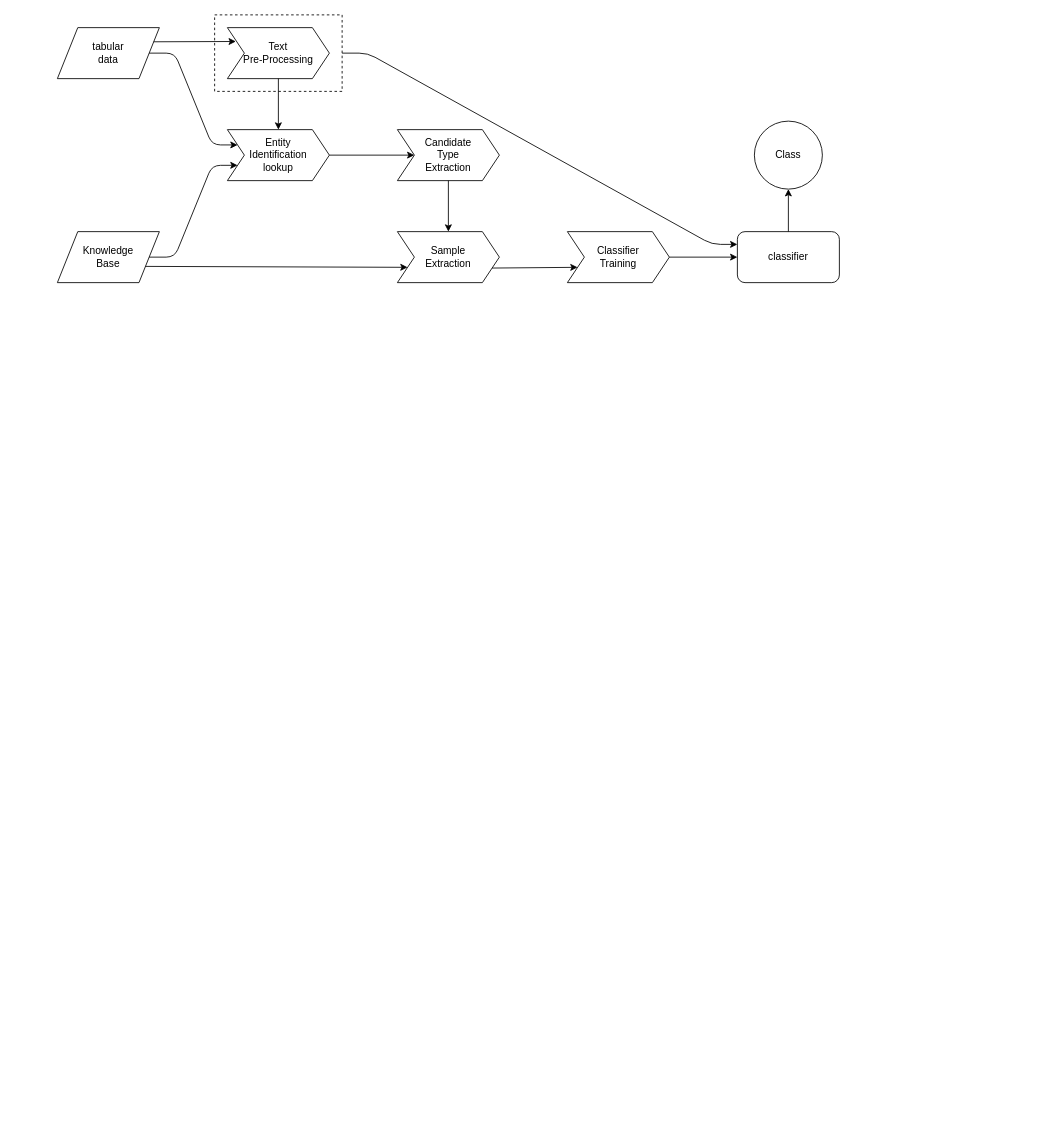
Above: page "Page-2" (2 of 3) of report/Report.drawio in zdetor54/nov-city-ms-project (draw.io), before the change. Source tidied: cells renumbered, new cells numbered last; positions are measured from the earlier drawing's top-left corner, leaving out a move shared by most shapes. Both pictures are drawn from the tidied source at 85%, with x=0, y=0 at pixel (57, 14).
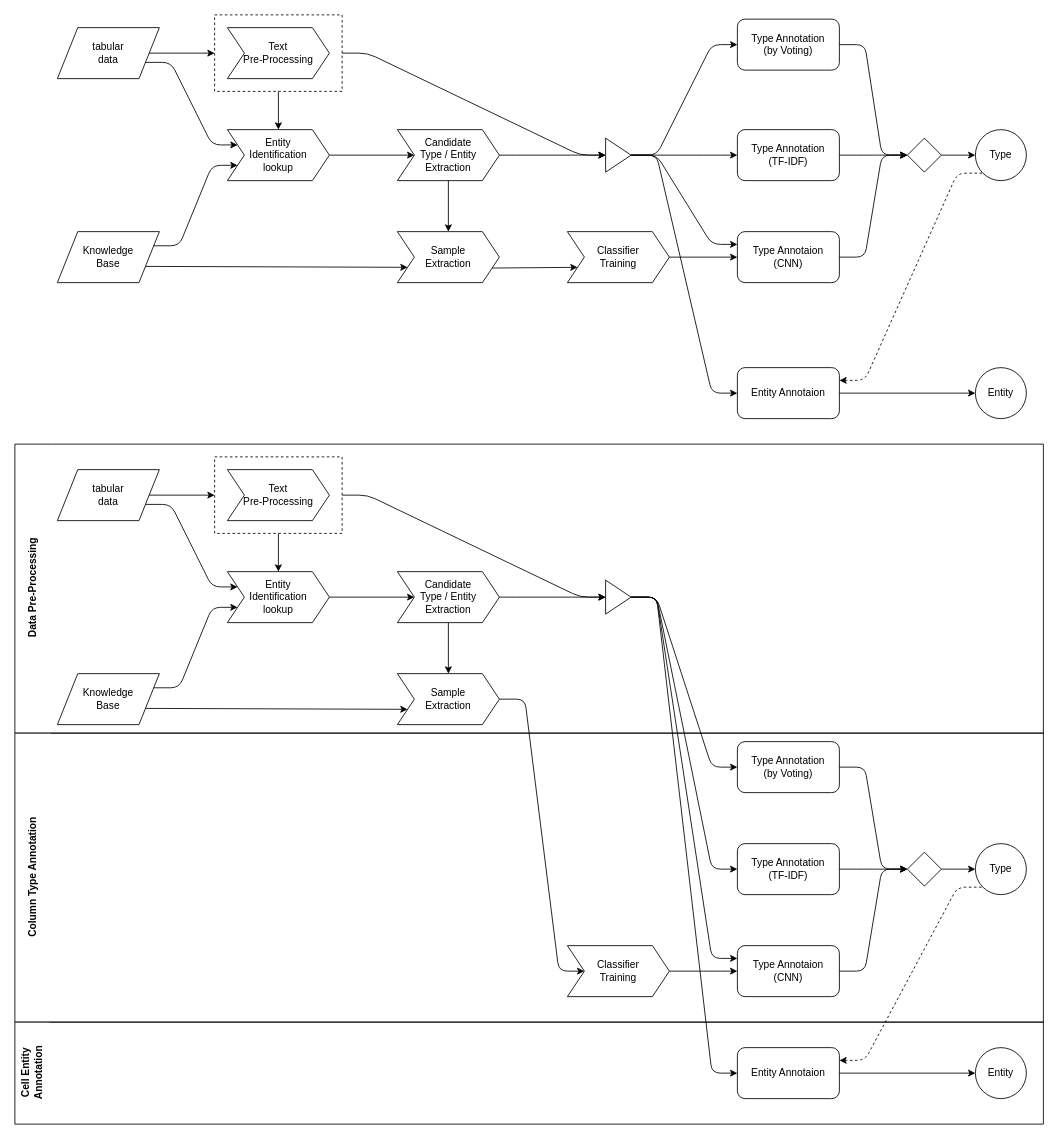
The same page after the edit.

Unchanged cells that the change refers to:
```xml
<mxCell id="2" value="Knowledge&lt;br&gt;Base" style="shape=parallelogram;perimeter=parallelogramPerimeter;whiteSpace=wrap;html=1;" parent="1" vertex="1">
  <mxGeometry y="255" width="120" height="60" as="geometry" />
</mxCell>
<mxCell id="3" value="tabular&lt;br&gt;data" style="shape=parallelogram;perimeter=parallelogramPerimeter;whiteSpace=wrap;html=1;" parent="1" vertex="1">
  <mxGeometry y="15" width="120" height="60" as="geometry" />
</mxCell>
<mxCell id="4" value="Text &lt;br&gt;Pre-Processing" style="shape=step;perimeter=stepPerimeter;whiteSpace=wrap;html=1;fixedSize=1;" parent="1" vertex="1">
  <mxGeometry x="200" y="15" width="120" height="60" as="geometry" />
</mxCell>
<mxCell id="6" value="Entity&lt;br&gt;Identification&lt;br&gt;lookup" style="shape=step;perimeter=stepPerimeter;whiteSpace=wrap;html=1;fixedSize=1;" parent="1" vertex="1">
  <mxGeometry x="200" y="135" width="120" height="60" as="geometry" />
</mxCell>
<mxCell id="12" style="rounded=0;whiteSpace=wrap;html=1;fillColor=none;dashed=1;" parent="1" vertex="1">
  <mxGeometry x="185" width="150" height="90" as="geometry" />
</mxCell>
```

Diff of the diagram source:
```diff
@@
+    <mxCell id="23" style="rounded=0;whiteSpace=wrap;html=1;fillColor=none;dashed=1;" parent="1" vertex="1">
+      <mxGeometry x="185" y="520" width="150" height="90" as="geometry" />
+    </mxCell>
@@
-    <mxCell id="5" value="Candidate&lt;br&gt;Type&lt;br&gt;Extraction" style="shape=step;perimeter=stepPerimeter;whiteSpace=wrap;html=1;fixedSize=1;" parent="1" vertex="1">
+    <mxCell id="5" value="Candidate&lt;br&gt;Type / Entity&lt;br&gt;Extraction" style="shape=step;perimeter=stepPerimeter;whiteSpace=wrap;html=1;fixedSize=1;" parent="1" vertex="1">
       <mxGeometry x="400" y="135" width="120" height="60" as="geometry" />
     </mxCell>
@@
-    <mxCell id="7" style="endArrow=classic;html=1;exitX=1;exitY=0.25;exitDx=0;exitDy=0;entryX=0.083;entryY=0.272;entryDx=0;entryDy=0;entryPerimeter=0;" parent="1" edge="1" source="3" target="4">
+    <mxCell id="7" style="endArrow=classic;html=1;exitX=1;exitY=0.5;exitDx=0;exitDy=0;entryX=0;entryY=0.5;entryDx=0;entryDy=0;" parent="1" edge="1" source="3" target="12">
       <mxGeometry relative="1" as="geometry" />
     </mxCell>
-    <mxCell id="8" style="endArrow=classic;html=1;entryX=0.5;entryY=0;entryDx=0;entryDy=0;exitX=0.5;exitY=1;exitDx=0;exitDy=0;" parent="1" edge="1" source="4" target="6">
+    <mxCell id="8" style="endArrow=classic;html=1;entryX=0.5;entryY=0;entryDx=0;entryDy=0;exitX=0.5;exitY=1;exitDx=0;exitDy=0;" parent="1" edge="1" source="12" target="6">
       <mxGeometry relative="1" as="geometry" />
     </mxCell>
-    <mxCell id="9" style="endArrow=classic;html=1;entryX=0;entryY=0.25;entryDx=0;entryDy=0;exitX=1;exitY=0.5;exitDx=0;exitDy=0;edgeStyle=entityRelationEdgeStyle;" parent="1" edge="1" source="3" target="6">
+    <mxCell id="9" style="endArrow=classic;html=1;entryX=0;entryY=0.25;entryDx=0;entryDy=0;exitX=1;exitY=0.75;exitDx=0;exitDy=0;edgeStyle=entityRelationEdgeStyle;" parent="1" edge="1" source="3" target="6">
       <mxGeometry relative="1" as="geometry" />
     </mxCell>
@@
-    <mxCell id="11" style="endArrow=classic;html=1;entryX=0;entryY=0.75;entryDx=0;entryDy=0;exitX=1;exitY=0.5;exitDx=0;exitDy=0;edgeStyle=entityRelationEdgeStyle;" parent="1" edge="1" source="2" target="6">
+    <mxCell id="11" style="endArrow=classic;html=1;entryX=0;entryY=0.75;entryDx=0;entryDy=0;exitX=1;exitY=0.25;exitDx=0;exitDy=0;edgeStyle=entityRelationEdgeStyle;" parent="1" edge="1" source="2" target="6">
       <mxGeometry relative="1" as="geometry" />
     </mxCell>
@@
-    <mxCell id="13" value="classifier" style="rounded=1;whiteSpace=wrap;html=1;" parent="1" vertex="1">
+    <mxCell id="13" value="Type Annotaion&lt;br&gt;(CNN)" style="rounded=1;whiteSpace=wrap;html=1;" parent="1" vertex="1">
       <mxGeometry x="800" y="255" width="120" height="60" as="geometry" />
     </mxCell>
@@
-    <mxCell id="19" style="endArrow=classic;html=1;exitX=1;exitY=0.5;exitDx=0;exitDy=0;entryX=0;entryY=0.25;entryDx=0;entryDy=0;edgeStyle=entityRelationEdgeStyle;" parent="1" edge="1" source="12" target="13">
-      <mxGeometry relative="1" as="geometry" />
-    </mxCell>
@@
-    <mxCell id="21" value="Class" style="ellipse;whiteSpace=wrap;html=1;fillColor=none;" parent="1" vertex="1">
-      <mxGeometry x="820" y="125" width="80" height="80" as="geometry" />
+    <mxCell id="21" value="Type" style="ellipse;whiteSpace=wrap;html=1;fillColor=none;" parent="1" vertex="1">
+      <mxGeometry x="1080" y="135" width="60" height="60" as="geometry" />
     </mxCell>
-    <mxCell id="22" style="endArrow=classic;html=1;entryX=0.5;entryY=1;entryDx=0;entryDy=0;" parent="1" edge="1" target="21">
-      <mxGeometry relative="1" as="geometry">
-        <mxPoint x="860" y="255" as="sourcePoint" />
-      </mxGeometry>
-    </mxCell>
+    <mxCell id="24" value="Type Annotation&lt;br&gt;(by Voting)" style="rounded=1;whiteSpace=wrap;html=1;" parent="1" vertex="1">
+      <mxGeometry x="800" y="5" width="120" height="60" as="geometry" />
+    </mxCell>
+    <mxCell id="25" value="Type Annotation&lt;br&gt;(TF-IDF)" style="rounded=1;whiteSpace=wrap;html=1;" parent="1" vertex="1">
+      <mxGeometry x="800" y="135" width="120" height="60" as="geometry" />
+    </mxCell>
+    <mxCell id="26" style="rhombus;whiteSpace=wrap;html=1;" parent="1" vertex="1">
+      <mxGeometry x="1000" y="145" width="40" height="40" as="geometry" />
+    </mxCell>
+    <mxCell id="27" style="endArrow=classic;html=1;entryX=0;entryY=0.5;entryDx=0;entryDy=0;exitX=1;exitY=0.5;exitDx=0;exitDy=0;" parent="1" edge="1" source="26" target="21">
+      <mxGeometry relative="1" as="geometry" />
+    </mxCell>
+    <mxCell id="28" style="endArrow=classic;html=1;exitX=1;exitY=0.5;exitDx=0;exitDy=0;entryX=0;entryY=0.5;entryDx=0;entryDy=0;edgeStyle=entityRelationEdgeStyle;" parent="1" edge="1" source="24" target="26">
+      <mxGeometry relative="1" as="geometry" />
+    </mxCell>
+    <mxCell id="29" style="endArrow=classic;html=1;exitX=1;exitY=0.5;exitDx=0;exitDy=0;edgeStyle=entityRelationEdgeStyle;" parent="1" edge="1" source="25">
+      <mxGeometry relative="1" as="geometry">
+        <mxPoint x="1000" y="165" as="targetPoint" />
+      </mxGeometry>
+    </mxCell>
+    <mxCell id="30" style="endArrow=classic;html=1;edgeStyle=entityRelationEdgeStyle;" parent="1" edge="1" source="13">
+      <mxGeometry relative="1" as="geometry">
+        <mxPoint x="1000" y="165" as="targetPoint" />
+      </mxGeometry>
+    </mxCell>
+    <mxCell id="31" style="triangle;whiteSpace=wrap;html=1;" parent="1" vertex="1">
+      <mxGeometry x="645" y="145" width="30" height="40" as="geometry" />
+    </mxCell>
+    <mxCell id="32" style="endArrow=classic;html=1;exitX=1;exitY=0.5;exitDx=0;exitDy=0;entryX=0;entryY=0.5;entryDx=0;entryDy=0;edgeStyle=entityRelationEdgeStyle;" parent="1" edge="1" source="12" target="31">
+      <mxGeometry relative="1" as="geometry" />
+    </mxCell>
+    <mxCell id="33" style="endArrow=classic;html=1;exitX=1;exitY=0.5;exitDx=0;exitDy=0;entryX=0;entryY=0.5;entryDx=0;entryDy=0;edgeStyle=entityRelationEdgeStyle;" parent="1" edge="1" source="5" target="31">
+      <mxGeometry relative="1" as="geometry" />
+    </mxCell>
+    <mxCell id="34" style="endArrow=classic;html=1;exitX=1;exitY=0.5;exitDx=0;exitDy=0;entryX=0;entryY=0.5;entryDx=0;entryDy=0;edgeStyle=entityRelationEdgeStyle;" parent="1" edge="1" source="31" target="24">
+      <mxGeometry relative="1" as="geometry" />
+    </mxCell>
+    <mxCell id="35" style="endArrow=classic;html=1;exitX=1;exitY=0.5;exitDx=0;exitDy=0;entryX=0;entryY=0.5;entryDx=0;entryDy=0;edgeStyle=entityRelationEdgeStyle;" parent="1" edge="1" source="31" target="25">
+      <mxGeometry relative="1" as="geometry" />
+    </mxCell>
+    <mxCell id="36" style="endArrow=classic;html=1;exitX=1;exitY=0.5;exitDx=0;exitDy=0;entryX=0;entryY=0.25;entryDx=0;entryDy=0;edgeStyle=entityRelationEdgeStyle;" parent="1" edge="1" source="31" target="13">
+      <mxGeometry relative="1" as="geometry" />
+    </mxCell>
+    <mxCell id="37" value="Entity Annotaion" style="rounded=1;whiteSpace=wrap;html=1;" parent="1" vertex="1">
+      <mxGeometry x="800" y="415" width="120" height="60" as="geometry" />
+    </mxCell>
+    <mxCell id="38" style="endArrow=classic;html=1;exitX=1;exitY=0.5;exitDx=0;exitDy=0;entryX=0;entryY=0.5;entryDx=0;entryDy=0;edgeStyle=entityRelationEdgeStyle;" parent="1" edge="1" source="31" target="37">
+      <mxGeometry relative="1" as="geometry" />
+    </mxCell>
+    <mxCell id="39" style="endArrow=none;html=1;edgeStyle=entityRelationEdgeStyle;exitX=1;exitY=0.25;exitDx=0;exitDy=0;entryX=0;entryY=1;entryDx=0;entryDy=0;startArrow=classic;startFill=1;endFill=0;dashed=1;" parent="1" edge="1" source="37" target="21">
+      <mxGeometry relative="1" as="geometry" />
+    </mxCell>
+    <mxCell id="40" value="Entity" style="ellipse;whiteSpace=wrap;html=1;fillColor=none;" parent="1" vertex="1">
+      <mxGeometry x="1080" y="415" width="60" height="60" as="geometry" />
+    </mxCell>
+    <mxCell id="41" style="endArrow=classic;html=1;entryX=0;entryY=0.5;entryDx=0;entryDy=0;exitX=1;exitY=0.5;exitDx=0;exitDy=0;" parent="1" edge="1" source="37" target="40">
+      <mxGeometry relative="1" as="geometry" />
+    </mxCell>
+    <mxCell id="42" value="Knowledge&lt;br&gt;Base" style="shape=parallelogram;perimeter=parallelogramPerimeter;whiteSpace=wrap;html=1;" parent="1" vertex="1">
+      <mxGeometry y="775" width="120" height="60" as="geometry" />
+    </mxCell>
+    <mxCell id="43" value="tabular&lt;br&gt;data" style="shape=parallelogram;perimeter=parallelogramPerimeter;whiteSpace=wrap;html=1;" parent="1" vertex="1">
+      <mxGeometry y="535" width="120" height="60" as="geometry" />
+    </mxCell>
+    <mxCell id="44" value="Text &lt;br&gt;Pre-Processing" style="shape=step;perimeter=stepPerimeter;whiteSpace=wrap;html=1;fixedSize=1;" parent="1" vertex="1">
+      <mxGeometry x="200" y="535" width="120" height="60" as="geometry" />
+    </mxCell>
+    <mxCell id="45" value="Candidate&lt;br&gt;Type / Entity&lt;br&gt;Extraction" style="shape=step;perimeter=stepPerimeter;whiteSpace=wrap;html=1;fixedSize=1;" parent="1" vertex="1">
+      <mxGeometry x="400" y="655" width="120" height="60" as="geometry" />
+    </mxCell>
+    <mxCell id="46" value="Entity&lt;br&gt;Identification&lt;br&gt;lookup" style="shape=step;perimeter=stepPerimeter;whiteSpace=wrap;html=1;fixedSize=1;" parent="1" vertex="1">
+      <mxGeometry x="200" y="655" width="120" height="60" as="geometry" />
+    </mxCell>
+    <mxCell id="47" style="endArrow=classic;html=1;exitX=1;exitY=0.5;exitDx=0;exitDy=0;entryX=0;entryY=0.5;entryDx=0;entryDy=0;" parent="1" edge="1" source="43" target="23">
+      <mxGeometry relative="1" as="geometry" />
+    </mxCell>
+    <mxCell id="48" style="endArrow=classic;html=1;entryX=0.5;entryY=0;entryDx=0;entryDy=0;exitX=0.5;exitY=1;exitDx=0;exitDy=0;" parent="1" edge="1" source="23" target="46">
+      <mxGeometry relative="1" as="geometry" />
+    </mxCell>
+    <mxCell id="49" style="endArrow=classic;html=1;entryX=0;entryY=0.25;entryDx=0;entryDy=0;exitX=1;exitY=0.75;exitDx=0;exitDy=0;edgeStyle=entityRelationEdgeStyle;" parent="1" edge="1" source="43" target="46">
+      <mxGeometry relative="1" as="geometry" />
+    </mxCell>
+    <mxCell id="50" style="endArrow=classic;html=1;entryX=0;entryY=0.5;entryDx=0;entryDy=0;exitX=1;exitY=0.5;exitDx=0;exitDy=0;" parent="1" edge="1" source="46" target="45">
+      <mxGeometry relative="1" as="geometry" />
+    </mxCell>
+    <mxCell id="51" style="endArrow=classic;html=1;entryX=0;entryY=0.75;entryDx=0;entryDy=0;exitX=1;exitY=0.25;exitDx=0;exitDy=0;edgeStyle=entityRelationEdgeStyle;" parent="1" edge="1" source="42" target="46">
+      <mxGeometry relative="1" as="geometry" />
+    </mxCell>
+    <mxCell id="52" value="Sample &lt;br&gt;Extraction" style="shape=step;perimeter=stepPerimeter;whiteSpace=wrap;html=1;fixedSize=1;fillColor=none;" parent="1" vertex="1">
+      <mxGeometry x="400" y="775" width="120" height="60" as="geometry" />
+    </mxCell>
+    <mxCell id="53" style="endArrow=classic;html=1;entryX=0;entryY=0.75;entryDx=0;entryDy=0;exitX=1;exitY=0.75;exitDx=0;exitDy=0;" parent="1" edge="1" source="42" target="52">
+      <mxGeometry relative="1" as="geometry" />
+    </mxCell>
+    <mxCell id="54" style="endArrow=classic;html=1;entryX=0.5;entryY=0;entryDx=0;entryDy=0;exitX=0.5;exitY=1;exitDx=0;exitDy=0;" parent="1" edge="1" source="45" target="52">
+      <mxGeometry relative="1" as="geometry" />
+    </mxCell>
+    <mxCell id="55" style="triangle;whiteSpace=wrap;html=1;" parent="1" vertex="1">
+      <mxGeometry x="645" y="665" width="30" height="40" as="geometry" />
+    </mxCell>
+    <mxCell id="56" style="endArrow=classic;html=1;exitX=1;exitY=0.5;exitDx=0;exitDy=0;entryX=0;entryY=0.5;entryDx=0;entryDy=0;edgeStyle=entityRelationEdgeStyle;" parent="1" edge="1" source="23" target="55">
+      <mxGeometry relative="1" as="geometry" />
+    </mxCell>
+    <mxCell id="57" style="endArrow=classic;html=1;exitX=1;exitY=0.5;exitDx=0;exitDy=0;entryX=0;entryY=0.5;entryDx=0;entryDy=0;edgeStyle=entityRelationEdgeStyle;" parent="1" edge="1" source="45" target="55">
+      <mxGeometry relative="1" as="geometry" />
+    </mxCell>
+    <mxCell id="58" value="Type Annotaion&lt;br&gt;(CNN)" style="rounded=1;whiteSpace=wrap;html=1;" parent="1" vertex="1">
+      <mxGeometry x="800" y="1095" width="120" height="60" as="geometry" />
+    </mxCell>
+    <mxCell id="59" value="Classifier &lt;br&gt;Training" style="shape=step;perimeter=stepPerimeter;whiteSpace=wrap;html=1;fixedSize=1;" parent="1" vertex="1">
+      <mxGeometry x="600" y="1095" width="120" height="60" as="geometry" />
+    </mxCell>
+    <mxCell id="60" value="Type" style="ellipse;whiteSpace=wrap;html=1;fillColor=none;" parent="1" vertex="1">
+      <mxGeometry x="1080" y="975" width="60" height="60" as="geometry" />
+    </mxCell>
+    <mxCell id="61" value="Type Annotation&lt;br&gt;(by Voting)" style="rounded=1;whiteSpace=wrap;html=1;" parent="1" vertex="1">
+      <mxGeometry x="800" y="855" width="120" height="60" as="geometry" />
+    </mxCell>
+    <mxCell id="62" value="Type Annotation&lt;br&gt;(TF-IDF)" style="rounded=1;whiteSpace=wrap;html=1;" parent="1" vertex="1">
+      <mxGeometry x="800" y="975" width="120" height="60" as="geometry" />
+    </mxCell>
+    <mxCell id="63" style="rhombus;whiteSpace=wrap;html=1;" parent="1" vertex="1">
+      <mxGeometry x="1000" y="985" width="40" height="40" as="geometry" />
+    </mxCell>
+    <mxCell id="64" style="endArrow=classic;html=1;entryX=0;entryY=0.5;entryDx=0;entryDy=0;exitX=1;exitY=0.5;exitDx=0;exitDy=0;" parent="1" edge="1" source="63" target="60">
+      <mxGeometry relative="1" as="geometry" />
+    </mxCell>
+    <mxCell id="65" style="endArrow=classic;html=1;exitX=1;exitY=0.5;exitDx=0;exitDy=0;entryX=0;entryY=0.5;entryDx=0;entryDy=0;edgeStyle=entityRelationEdgeStyle;" parent="1" edge="1" source="61" target="63">
+      <mxGeometry relative="1" as="geometry" />
+    </mxCell>
+    <mxCell id="66" style="endArrow=classic;html=1;exitX=1;exitY=0.5;exitDx=0;exitDy=0;edgeStyle=entityRelationEdgeStyle;" parent="1" edge="1" source="62">
+      <mxGeometry relative="1" as="geometry">
+        <mxPoint x="1000" y="1005" as="targetPoint" />
+      </mxGeometry>
+    </mxCell>
+    <mxCell id="67" style="endArrow=classic;html=1;edgeStyle=entityRelationEdgeStyle;" parent="1" edge="1" source="58">
+      <mxGeometry relative="1" as="geometry">
+        <mxPoint x="1000" y="1005" as="targetPoint" />
+      </mxGeometry>
+    </mxCell>
+    <mxCell id="68" style="endArrow=classic;html=1;exitX=1;exitY=0.5;exitDx=0;exitDy=0;edgeStyle=entityRelationEdgeStyle;entryX=0;entryY=0.5;entryDx=0;entryDy=0;" parent="1" edge="1" source="52" target="59">
+      <mxGeometry relative="1" as="geometry" />
+    </mxCell>
+    <mxCell id="69" style="endArrow=classic;html=1;exitX=1;exitY=0.5;exitDx=0;exitDy=0;edgeStyle=entityRelationEdgeStyle;entryX=0;entryY=0.5;entryDx=0;entryDy=0;" parent="1" edge="1" source="55" target="61">
+      <mxGeometry relative="1" as="geometry" />
+    </mxCell>
+    <mxCell id="70" style="endArrow=classic;html=1;exitX=1;exitY=0.5;exitDx=0;exitDy=0;edgeStyle=entityRelationEdgeStyle;entryX=0;entryY=0.5;entryDx=0;entryDy=0;" parent="1" edge="1" source="55" target="62">
+      <mxGeometry relative="1" as="geometry" />
+    </mxCell>
+    <mxCell id="71" style="endArrow=classic;html=1;exitX=1;exitY=0.5;exitDx=0;exitDy=0;edgeStyle=entityRelationEdgeStyle;entryX=0;entryY=0.25;entryDx=0;entryDy=0;" parent="1" edge="1" source="55" target="58">
+      <mxGeometry relative="1" as="geometry" />
+    </mxCell>
+    <mxCell id="72" style="endArrow=classic;html=1;exitX=1;exitY=0.5;exitDx=0;exitDy=0;edgeStyle=entityRelationEdgeStyle;entryX=0;entryY=0.5;entryDx=0;entryDy=0;" parent="1" edge="1" source="59" target="58">
+      <mxGeometry relative="1" as="geometry" />
+    </mxCell>
+    <mxCell id="73" value="Entity Annotaion" style="rounded=1;whiteSpace=wrap;html=1;" parent="1" vertex="1">
+      <mxGeometry x="800" y="1215" width="120" height="60" as="geometry" />
+    </mxCell>
+    <mxCell id="74" style="endArrow=none;html=1;edgeStyle=entityRelationEdgeStyle;exitX=1;exitY=0.25;exitDx=0;exitDy=0;startArrow=classic;startFill=1;endFill=0;dashed=1;entryX=0;entryY=1;entryDx=0;entryDy=0;" parent="1" edge="1" source="73" target="60">
+      <mxGeometry relative="1" as="geometry" />
+    </mxCell>
+    <mxCell id="75" value="Entity" style="ellipse;whiteSpace=wrap;html=1;fillColor=none;" parent="1" vertex="1">
+      <mxGeometry x="1080" y="1215" width="60" height="60" as="geometry" />
+    </mxCell>
+    <mxCell id="76" style="endArrow=classic;html=1;entryX=0;entryY=0.5;entryDx=0;entryDy=0;exitX=1;exitY=0.5;exitDx=0;exitDy=0;" parent="1" edge="1" source="73" target="75">
+      <mxGeometry relative="1" as="geometry" />
+    </mxCell>
+    <mxCell id="77" style="endArrow=classic;html=1;exitX=1;exitY=0.5;exitDx=0;exitDy=0;edgeStyle=entityRelationEdgeStyle;entryX=0;entryY=0.5;entryDx=0;entryDy=0;" parent="1" edge="1" source="55" target="73">
+      <mxGeometry relative="1" as="geometry" />
+    </mxCell>
+    <mxCell id="78" value="Data Pre-Processing" style="swimlane;html=1;horizontal=0;swimlaneLine=0;startSize=43;" parent="1" vertex="1">
+      <mxGeometry x="-50" y="505" width="1210" height="340" as="geometry" />
+    </mxCell>
+    <mxCell id="79" value="Column Type Annotation" style="swimlane;html=1;horizontal=0;swimlaneLine=0;startSize=42;" parent="1" vertex="1">
+      <mxGeometry x="-50" y="845" width="1210" height="340" as="geometry" />
+    </mxCell>
+    <mxCell id="80" value="Cell Entity&lt;br&gt;Annotation" style="swimlane;html=1;horizontal=0;swimlaneLine=0;startSize=40;" parent="1" vertex="1">
+      <mxGeometry x="-50" y="1185" width="1210" height="120" as="geometry" />
+    </mxCell>
```
